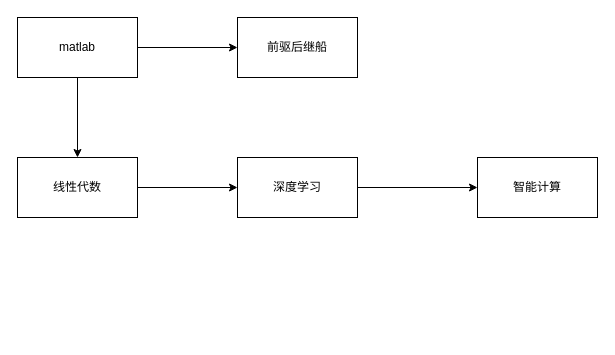
Earlier version of the draw.io diagram 未命名绘图.drawio (harvey-Yin/diagrams). Source tidied: cells renumbered, new cells numbered last; positions are measured from the earlier drawing's top-left corner, leaving out a move shared by most shapes. Both pictures are drawn from the tidied source at 100%, with x=0, y=0 at pixel (17, 17).
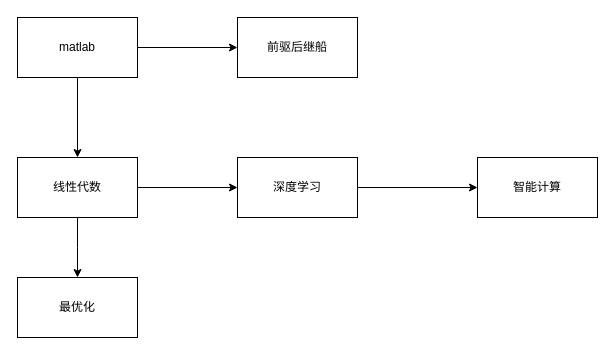
After the change.

Commit message:
更新未命名绘图.drawio

The edit, as a diff of the source:
```diff
@@
 <mxGraphModel>
   <root>
     <mxCell id="0" />
     <mxCell id="1" parent="0" />
     <mxCell id="2" style="edgeStyle=orthogonalEdgeStyle;rounded=0;jettySize=auto;html=1;exitX=1;exitY=0.5;exitDx=0;exitDy=0;" parent="1" edge="1" source="3" target="5">
       <mxGeometry relative="1" as="geometry" />
     </mxCell>
+    <mxCell id="11" style="edgeStyle=orthogonalEdgeStyle;rounded=0;jettySize=auto;html=1;exitX=0.5;exitY=1;exitDx=0;exitDy=0;" parent="1" edge="1" source="3">
+      <mxGeometry relative="1" as="geometry">
+        <mxPoint x="60" y="260" as="targetPoint" />
+      </mxGeometry>
+    </mxCell>
     <mxCell id="3" value="线性代数" style="rounded=0;whiteSpace=wrap;html=1;" parent="1" vertex="1">
       <mxGeometry y="140" width="120" height="60" as="geometry" />
     </mxCell>
     <mxCell id="4" style="edgeStyle=orthogonalEdgeStyle;rounded=0;jettySize=auto;html=1;exitX=1;exitY=0.5;exitDx=0;exitDy=0;" parent="1" edge="1" source="5" target="6">
       <mxGeometry relative="1" as="geometry" />
     </mxCell>
     <mxCell id="5" value="深度学习" style="rounded=0;whiteSpace=wrap;html=1;" parent="1" vertex="1">
       <mxGeometry x="220" y="140" width="120" height="60" as="geometry" />
     </mxCell>
     <mxCell id="6" value="智能计算" style="rounded=0;whiteSpace=wrap;html=1;" parent="1" vertex="1">
       <mxGeometry x="460" y="140" width="120" height="60" as="geometry" />
     </mxCell>
     <mxCell id="7" style="edgeStyle=orthogonalEdgeStyle;rounded=0;jettySize=auto;html=1;exitX=0.5;exitY=1;exitDx=0;exitDy=0;entryX=0.5;entryY=0;entryDx=0;entryDy=0;" parent="1" edge="1" source="9" target="3">
       <mxGeometry relative="1" as="geometry" />
     </mxCell>
     <mxCell id="8" style="edgeStyle=orthogonalEdgeStyle;rounded=0;jettySize=auto;html=1;exitX=1;exitY=0.5;exitDx=0;exitDy=0;entryX=0;entryY=0.5;entryDx=0;entryDy=0;" parent="1" edge="1" source="9" target="10">
       <mxGeometry relative="1" as="geometry" />
     </mxCell>
     <mxCell id="9" value="matlab" style="rounded=0;whiteSpace=wrap;html=1;" parent="1" vertex="1">
       <mxGeometry width="120" height="60" as="geometry" />
     </mxCell>
     <mxCell id="10" value="前驱后继船" style="rounded=0;whiteSpace=wrap;html=1;" parent="1" vertex="1">
       <mxGeometry x="220" width="120" height="60" as="geometry" />
     </mxCell>
+    <mxCell id="12" value="最优化" style="rounded=0;whiteSpace=wrap;html=1;" parent="1" vertex="1">
+      <mxGeometry y="260" width="120" height="60" as="geometry" />
+    </mxCell>
   </root>
 </mxGraphModel>
```
